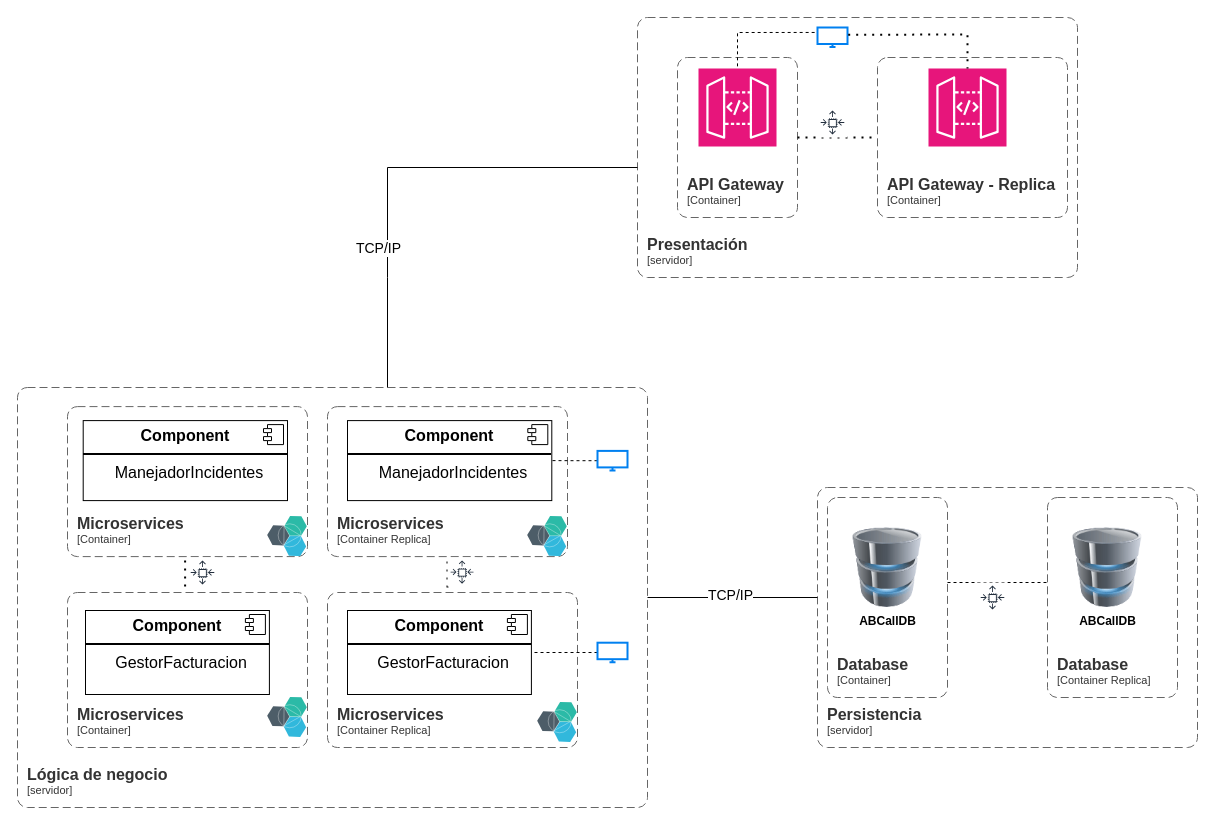
lordmkichavi-andes/MISW4202-202414-Grupo017 keeps this draw.io diagram as page "hu experimento arquitectura abcall" (7 of 7) of diagramas.drawio. Above is the earlier version. Source tidied: cells renumbered, new cells numbered last; positions are measured from the earlier drawing's top-left corner, leaving out a move shared by most shapes. Both pictures are drawn from the tidied source at 100%, with x=0, y=0 at pixel (17, 17).
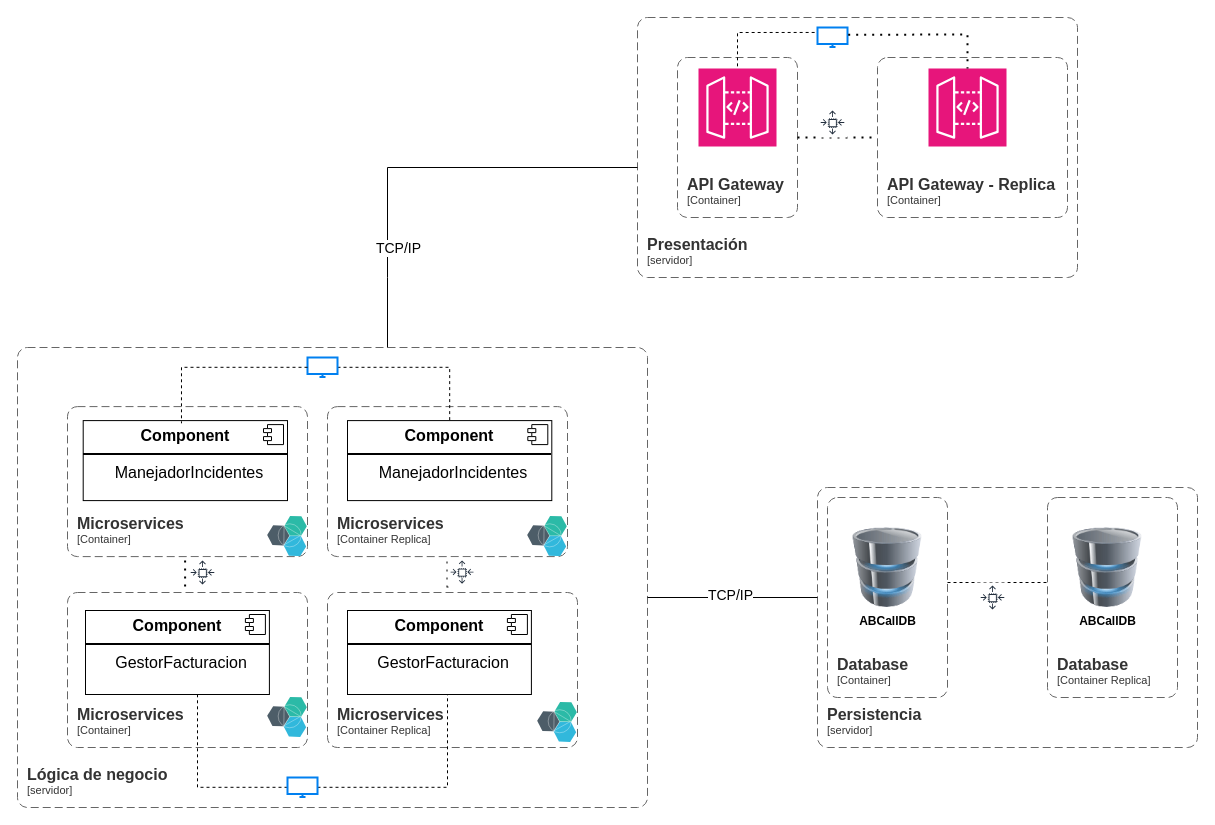
The same diagram, later.

The change refers to these unchanged cells:
```xml
<mxCell id="4" value="&lt;p style=&quot;margin: 6px 0px 0px; text-align: center; font-size: 16px;&quot;&gt;&lt;b style=&quot;font-size: 16px;&quot;&gt;Component&lt;/b&gt;&lt;/p&gt;&lt;hr style=&quot;border-style: solid; font-size: 16px;&quot;&gt;&lt;p style=&quot;text-align: center; margin: 0px 0px 0px 8px; font-size: 16px;&quot;&gt;GestorFacturacion&lt;br style=&quot;font-size: 16px;&quot;&gt;&lt;/p&gt;" style="align=left;overflow=fill;html=1;whiteSpace=wrap;fontSize=16;" parent="1" vertex="1">
  <mxGeometry x="330" y="593" width="183.9" height="84" as="geometry" />
</mxCell>
<mxCell id="17" value="&lt;p style=&quot;margin: 6px 0px 0px; text-align: center; font-size: 16px;&quot;&gt;&lt;b style=&quot;font-size: 16px;&quot;&gt;&lt;font style=&quot;font-size: 16px;&quot;&gt;Component&lt;/font&gt;&lt;/b&gt;&lt;/p&gt;&lt;hr style=&quot;border-style: solid; font-size: 16px;&quot;&gt;&lt;p style=&quot;text-align: center; margin: 0px 0px 0px 8px; font-size: 16px;&quot;&gt;&lt;font style=&quot;font-size: 16px;&quot;&gt;ManejadorIncidentes&lt;/font&gt;&lt;br style=&quot;font-size: 16px;&quot;&gt;&lt;/p&gt;" style="align=left;overflow=fill;html=1;whiteSpace=wrap;fontSize=16;" parent="1" vertex="1">
  <mxGeometry x="65.7" y="403.1" width="204.3" height="80" as="geometry" />
</mxCell>
<mxCell id="19" value="&lt;p style=&quot;margin: 6px 0px 0px; text-align: center; font-size: 16px;&quot;&gt;&lt;b style=&quot;font-size: 16px;&quot;&gt;Component&lt;/b&gt;&lt;/p&gt;&lt;hr style=&quot;border-style: solid; font-size: 16px;&quot;&gt;&lt;p style=&quot;text-align: center; margin: 0px 0px 0px 8px; font-size: 16px;&quot;&gt;GestorFacturacion&lt;br style=&quot;font-size: 16px;&quot;&gt;&lt;/p&gt;" style="align=left;overflow=fill;html=1;whiteSpace=wrap;fontSize=16;" parent="1" vertex="1">
  <mxGeometry x="68" y="593" width="183.9" height="84" as="geometry" />
</mxCell>
```

What changed in the source:
```diff
@@
     <object id="11" label="&lt;font style=&quot;font-size: 16px&quot;&gt;&lt;b&gt;&lt;div style=&quot;text-align: left&quot;&gt;%c4Name%&lt;/div&gt;&lt;/b&gt;&lt;/font&gt;&lt;div style=&quot;text-align: left&quot;&gt;[%c4Application%]&lt;/div&gt;" c4Application="servidor" c4Name="Lógica de negocio" placeholders="1">
       <mxCell style="rounded=1;fontSize=11;whiteSpace=wrap;html=1;dashed=1;arcSize=20;fillColor=none;strokeColor=#666666;fontColor=#333333;labelBackgroundColor=none;align=left;verticalAlign=bottom;labelBorderColor=none;spacingTop=0;spacing=10;dashPattern=8 4;perimeter=rectanglePerimeter;noLabel=0;labelPadding=0;absoluteArcSize=1;" parent="1" vertex="1">
-        <mxGeometry y="370" width="630" height="420" as="geometry" />
+        <mxGeometry y="330" width="630" height="460" as="geometry" />
       </mxCell>
     </object>
@@
     <mxCell id="13" style="endArrow=none;html=1;rounded=0;" parent="1" edge="1">
       <mxGeometry relative="1" as="geometry">
-        <mxPoint x="370" y="370" as="sourcePoint" />
+        <mxPoint x="370" y="330" as="sourcePoint" />
         <mxPoint x="620" y="150" as="targetPoint" />
         <Array as="points">
           <mxPoint x="370" y="260" />
           <mxPoint x="370" y="150" />
         </Array>
       </mxGeometry>
     </mxCell>
@@
     <mxCell id="44" style="html=1;verticalLabelPosition=bottom;align=center;labelBackgroundColor=#ffffff;verticalAlign=top;strokeWidth=2;strokeColor=#0080F0;shadow=0;dashed=0;shape=mxgraph.ios7.icons.monitor;" parent="1" vertex="1">
-      <mxGeometry x="580" y="433.4" width="30" height="19.5" as="geometry" />
+      <mxGeometry x="290" y="340" width="30" height="19.5" as="geometry" />
     </mxCell>
-    <mxCell id="45" style="edgeStyle=orthogonalEdgeStyle;rounded=0;jettySize=auto;html=1;entryX=1;entryY=0.5;entryDx=0;entryDy=0;endArrow=none;endFill=0;dashed=1;" parent="1" edge="1" source="46" target="4">
-      <mxGeometry relative="1" as="geometry" />
+    <mxCell id="45" style="edgeStyle=orthogonalEdgeStyle;rounded=0;jettySize=auto;html=1;endArrow=none;endFill=0;dashed=1;" parent="1" edge="1" source="46">
+      <mxGeometry relative="1" as="geometry">
+        <mxPoint x="430" y="677" as="targetPoint" />
+        <Array as="points">
+          <mxPoint x="430" y="770" />
+          <mxPoint x="430" y="677" />
+        </Array>
+      </mxGeometry>
     </mxCell>
+    <mxCell id="48" style="edgeStyle=orthogonalEdgeStyle;rounded=0;jettySize=auto;html=1;endArrow=none;endFill=0;dashed=1;" parent="1" edge="1" source="46" target="19">
+      <mxGeometry relative="1" as="geometry">
+        <Array as="points">
+          <mxPoint x="180" y="770" />
+        </Array>
+      </mxGeometry>
+    </mxCell>
     <mxCell id="46" style="html=1;verticalLabelPosition=bottom;align=center;labelBackgroundColor=#ffffff;verticalAlign=top;strokeWidth=2;strokeColor=#0080F0;shadow=0;dashed=0;shape=mxgraph.ios7.icons.monitor;" parent="1" vertex="1">
-      <mxGeometry x="580" y="625.2" width="30" height="19.5" as="geometry" />
+      <mxGeometry x="270" y="760" width="30" height="19.5" as="geometry" />
     </mxCell>
@@
+    <mxCell id="49" style="edgeStyle=orthogonalEdgeStyle;rounded=0;jettySize=auto;html=1;entryX=0.481;entryY=0.034;entryDx=0;entryDy=0;entryPerimeter=0;endArrow=none;endFill=0;dashed=1;" parent="1" edge="1" source="44" target="17">
+      <mxGeometry relative="1" as="geometry" />
+    </mxCell>
```
